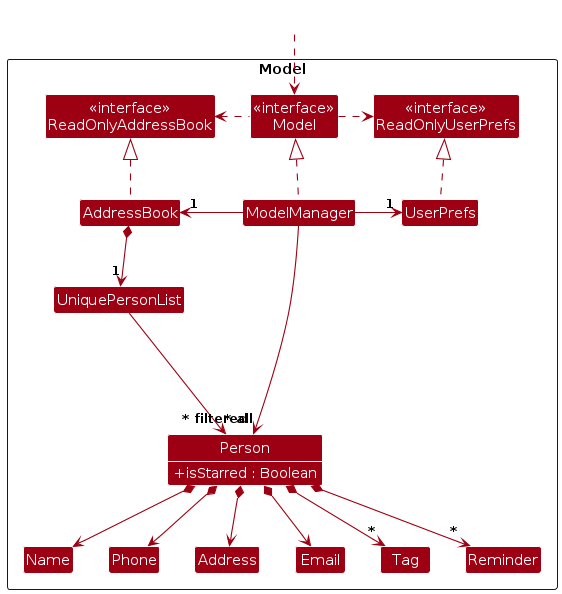
Before: diagrams/ModelClassDiagram.png, a diagram exported from PlantUML (AY2526S1-CS2103T-F09-1/tp). Its source is kept beside it as diagrams/ModelClassDiagram.puml.
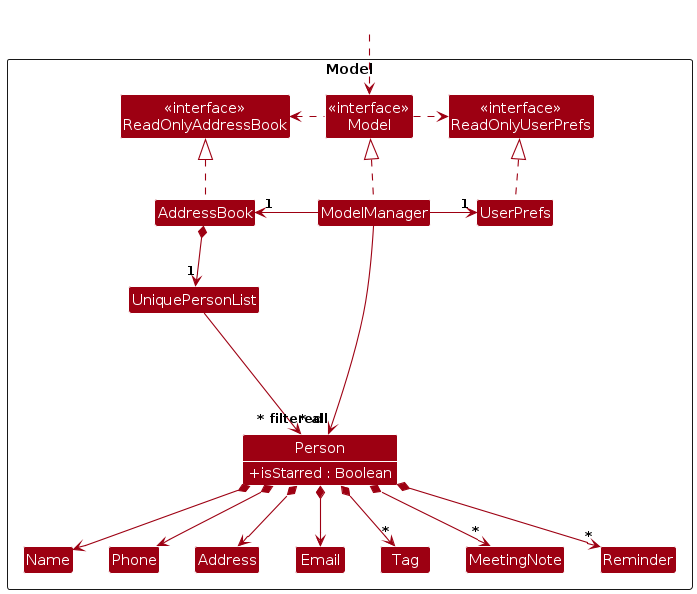
Above is the later version.

Change to the diagram source:
```diff
@@ -25,6 +25,7 @@
 Class Name
 Class Phone
 Class Tag
+Class MeetingNote
 Class Reminder
 
 Class I #FFFFFF
@@ -49,6 +50,7 @@
 Person *--> Email
 Person *--> Address
 Person *--> "*" Tag
+Person *--> "*" MeetingNote
 Person *--> "*" Reminder
 
 Person -[hidden]up--> I
```
